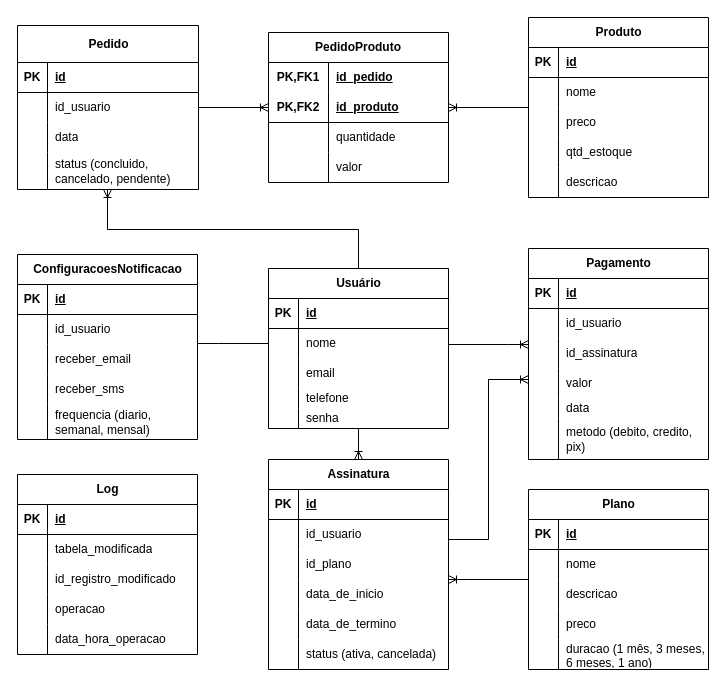
TiagoSanti/facom-cafe keeps this draw.io diagram as modelo_relacional.drawio.xml. Above is the earlier version. Source tidied: cells renumbered, new cells numbered last; positions are measured from the earlier drawing's top-left corner, leaving out a move shared by most shapes. Both pictures are drawn from the tidied source at 100%, with x=0, y=0 at pixel (17, 17).
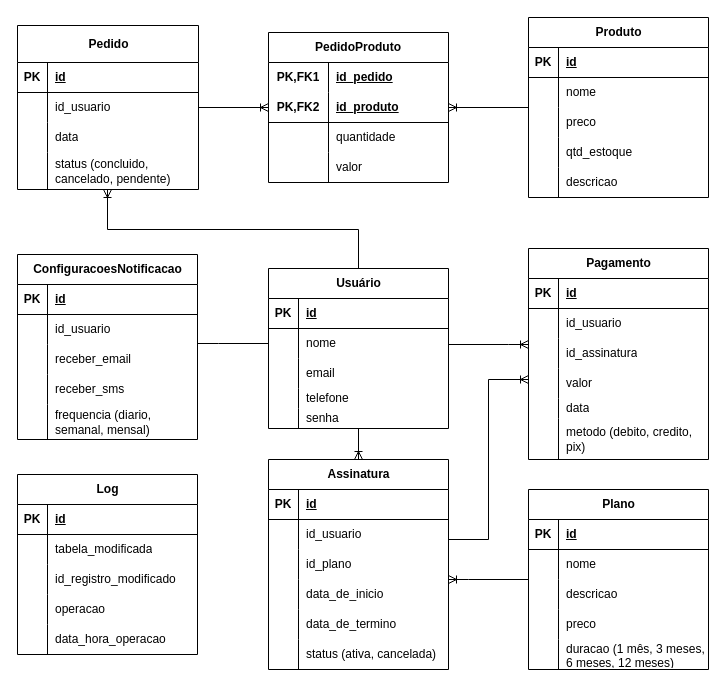
After the change.

The change refers to these unchanged cells:
```xml
<mxCell id="34" style="shape=tableRow;horizontal=0;startSize=0;swimlaneHead=0;swimlaneBody=0;fillColor=none;top=0;left=0;right=0;bottom=0;" parent="21" vertex="1">
  <mxGeometry y="150" width="180" height="30" as="geometry" />
</mxCell>
```

Diff of the diagram source:
```diff
@@
-    <mxCell id="36" value="duracao (1 mês, 3 meses, 6 meses, 1 ano)" style="shape=partialRectangle;fillColor=none;top=0;left=0;bottom=0;right=0;align=left;spacingLeft=6;overflow=hidden;whiteSpace=wrap;html=1;" parent="34" vertex="1">
+    <mxCell id="36" value="duracao (1 mês, 3 meses, 6 meses, 12 meses)" style="shape=partialRectangle;fillColor=none;top=0;left=0;bottom=0;right=0;align=left;spacingLeft=6;overflow=hidden;whiteSpace=wrap;html=1;" parent="34" vertex="1">
       <mxGeometry x="30" width="150" height="30" as="geometry" />
     </mxCell>
```
